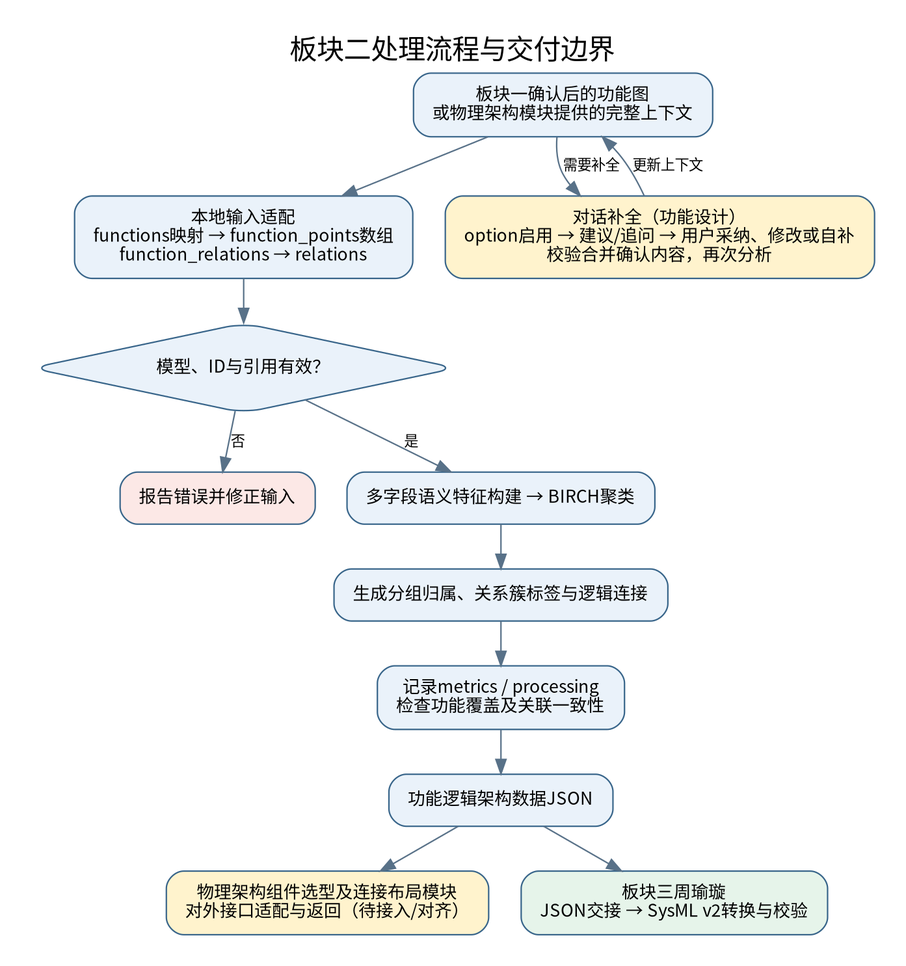
Before: 板块二进度说明/01_板块二总体流程.png, a diagram exported from Graphviz (yueyunsun77-debug/yueyunsun77-debug). Its source is kept beside it as 板块二进度说明/01_板块二总体流程.dot.
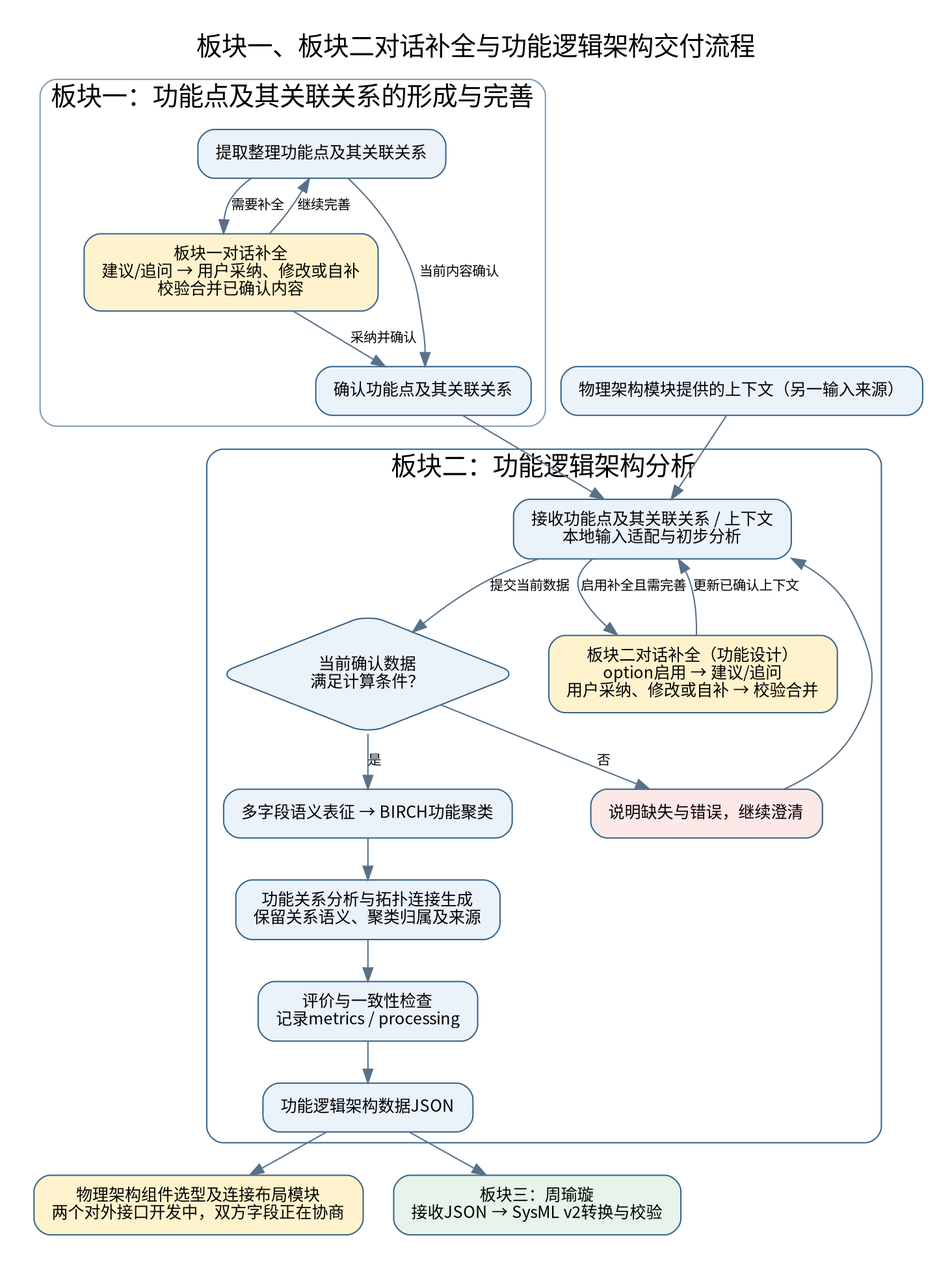
After the commit.

Diff of the diagram source:
```diff
@@ -2,24 +2,30 @@
 graph [rankdir=TB,bgcolor="white",pad=0.3,nodesep=0.3,ranksep=0.4,fontname="Noto Sans CJK SC",fontsize=19];
 node [shape=box,style="rounded,filled",fillcolor="#EAF2FA",color="#38658A",fontname="Noto Sans CJK SC",fontsize=12,margin="0.18,0.12"];
 edge [color="#587188",fontname="Noto Sans CJK SC",fontsize=10];
-label="板块二处理流程与交付边界";labelloc=t;
-a[label="板块一确认后的功能图
-或物理架构模块提供的完整上下文"];
-b[label="本地输入适配
-functions映射 → function_points数组
-function_relations → relations"];
-c[shape=diamond,label="模型、ID与引用有效？"];
-d[label="报告错误并修正输入",fillcolor="#FCE8E6"];
-e[label="多字段语义特征构建 → BIRCH聚类"];
-f[label="生成分组归属、关系簇标签与逻辑连接"];
-g[label="记录metrics / processing
-检查功能覆盖及关联一致性"];
-h[label="功能逻辑架构数据JSON"];
-i[label="物理架构组件选型及连接布局模块
-对外接口适配与返回（待接入/对齐）",fillcolor="#FFF3CD"];
-j[label="板块三周瑜璇
-JSON交接 → SysML v2转换与校验",fillcolor="#E6F4EA"];
-a->b->c;
-k[label="对话补全（功能设计）\noption启用 → 建议/追问 → 用户采纳、修改或自补\n校验合并确认内容，再次分析",fillcolor="#FFF3CD"];
-a->k[label="需要补全"];k->a[label="更新上下文"];c->d[label="否"];c->e[label="是"];e->f->g->h;h->i;h->j;
+label="板块一、板块二对话补全与功能逻辑架构交付流程";labelloc=t;
+subgraph cluster_one {
+ label="板块一：功能点及其关联关系的形成与完善";color="#7C9DB8";style=rounded;
+ a[label="提取整理功能点及其关联关系"];
+ a1[label="板块一对话补全\n建议/追问 → 用户采纳、修改或自补\n校验合并已确认内容",fillcolor="#FFF3CD"];
+ a2[label="确认功能点及其关联关系"];
+ a->a1[label="需要补全"];a1->a[label="继续完善"];a->a2[label="当前内容确认"];a1->a2[label="采纳并确认"];
 }
+q[label="物理架构模块提供的上下文（另一输入来源）"];
+subgraph cluster_two {
+ label="板块二：功能逻辑架构分析";color="#38658A";style=rounded;
+ b[label="接收功能点及其关联关系 / 上下文\n本地输入适配与初步分析"];
+ k[label="板块二对话补全（功能设计）\noption启用 → 建议/追问\n用户采纳、修改或自补 → 校验合并",fillcolor="#FFF3CD"];
+ c[shape=diamond,label="当前确认数据\n满足计算条件？"];
+ d[label="说明缺失与错误，继续澄清",fillcolor="#FCE8E6"];
+ e[label="多字段语义表征 → BIRCH功能聚类"];
+ f[label="功能关系分析与拓扑连接生成\n保留关系语义、聚类归属及来源"];
+ g[label="评价与一致性检查\n记录metrics / processing"];
+ h[label="功能逻辑架构数据JSON"];
+ b->k[label="启用补全且需完善"];k->b[label="更新已确认上下文"];
+ b->c[label="提交当前数据"];c->d[label="否"];d->b;c->e[label="是"];e->f->g->h;
+}
+a2->b;q->b;
+i[label="物理架构组件选型及连接布局模块\n两个对外接口开发中，双方字段正在协商",fillcolor="#FFF3CD"];
+j[label="板块三：周瑜璇\n接收JSON → SysML v2转换与校验",fillcolor="#E6F4EA"];
+h->i;h->j;
+}
```
